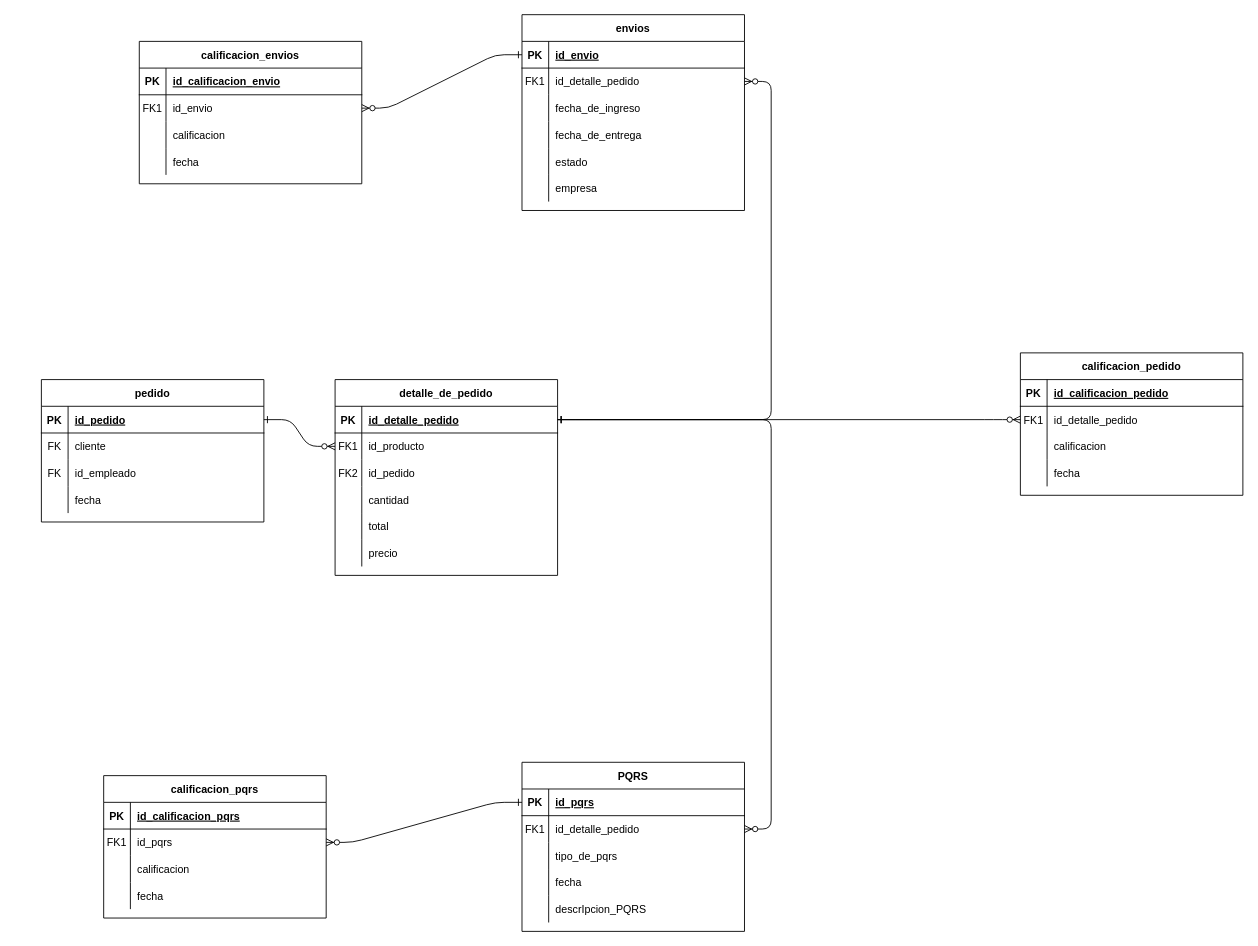
Earlier version of the draw.io diagram Diagrama sin título.drawio (hugog2707/modelo-relacional-arris-invation). Source tidied: cells renumbered, new cells numbered last; positions are measured from the earlier drawing's top-left corner, leaving out a move shared by most shapes. Both pictures are drawn from the tidied source at 89%, with x=0, y=0 at pixel (41, 14).
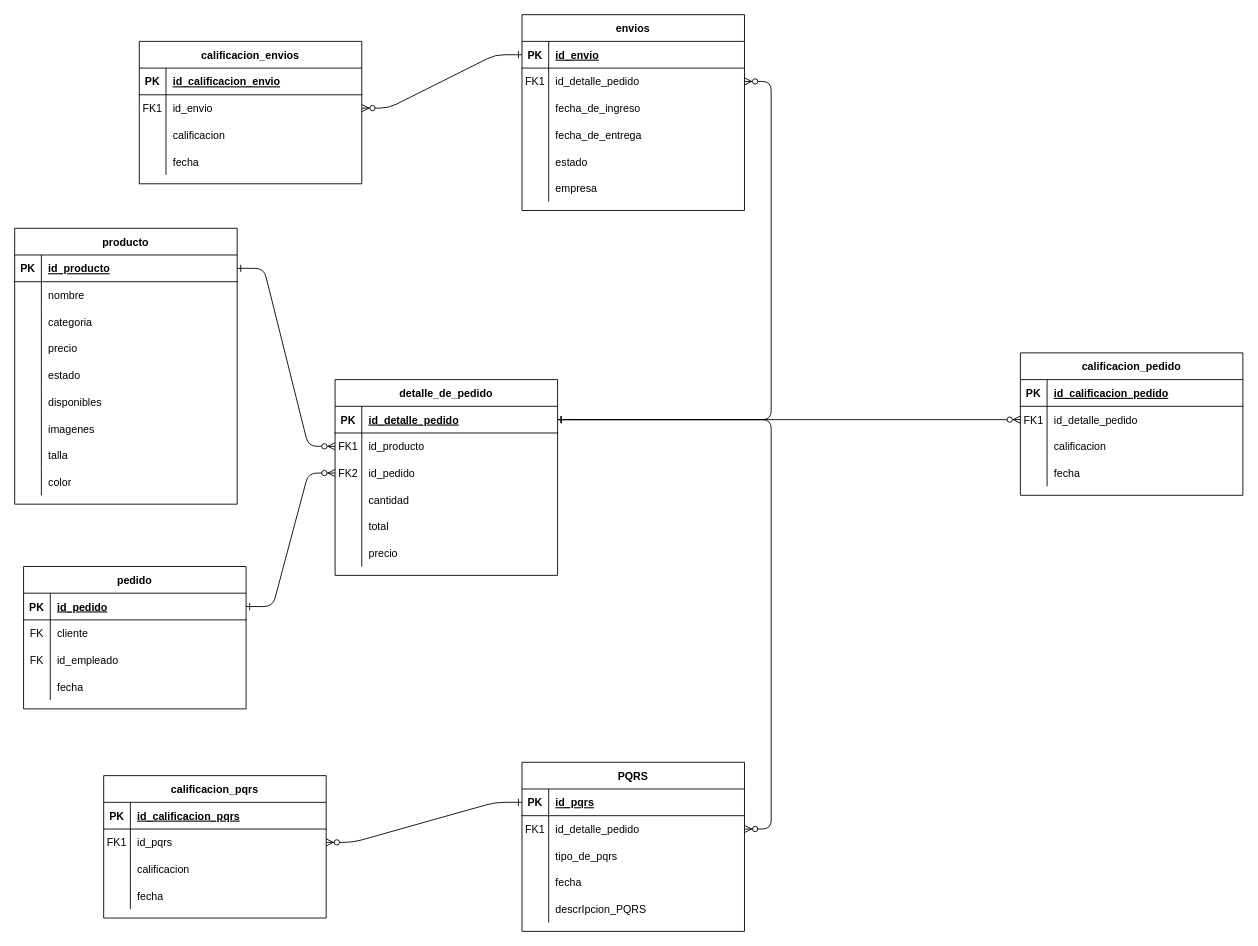
The same diagram, later.

Unchanged cells that the change refers to:
```xml
<mxCell id="8" style="shape=partialRectangle;fillColor=none;points=[[0,0.5],[1,0.5]];portConstraint=eastwest;top=0;left=0;right=0;bottom=0;" parent="4" vertex="1">
  <mxGeometry y="60" width="250" height="30" as="geometry" />
</mxCell>
<mxCell id="11" style="shape=partialRectangle;fillColor=none;points=[[0,0.5],[1,0.5]];portConstraint=eastwest;top=0;left=0;right=0;bottom=0;" parent="4" vertex="1">
  <mxGeometry y="90" width="250" height="30" as="geometry" />
</mxCell>
<mxCell id="40" style="shape=partialRectangle;fillColor=none;points=[[0,0.5],[1,0.5]];portConstraint=eastwest;top=0;left=0;right=0;bottom=1;" parent="39" vertex="1">
  <mxGeometry y="30" width="250" height="30" as="geometry" />
</mxCell>
```

The edit, as a diff of the source:
```diff
@@
-    <mxCell id="2" style="edgeStyle=entityRelationEdgeStyle;endArrow=ERzeroToMany;startArrow=ERone;endFill=1;startFill=0;" parent="1" edge="1" source="40" target="8">
+    <mxCell id="2" style="edgeStyle=entityRelationEdgeStyle;endArrow=ERzeroToMany;startArrow=ERone;endFill=1;startFill=0;" parent="1" edge="1" source="40" target="11">
       <mxGeometry relative="1" as="geometry" />
     </mxCell>
@@
     <mxCell id="39" value="pedido" style="shape=table;startSize=30;childLayout=tableLayout;rowLines=0;fontStyle=1;align=center;" parent="1" vertex="1">
-      <mxGeometry y="410" width="250" height="160" as="geometry" />
+      <mxGeometry x="-20" y="620" width="250" height="160" as="geometry" />
     </mxCell>
@@
+    <mxCell id="114" value="producto" style="shape=table;startSize=30;childLayout=tableLayout;rowLines=0;fontStyle=1;align=center;" parent="1" vertex="1">
+      <mxGeometry x="-30" y="240" width="250" height="310" as="geometry" />
+    </mxCell>
+    <mxCell id="115" style="shape=partialRectangle;fillColor=none;points=[[0,0.5],[1,0.5]];portConstraint=eastwest;top=0;left=0;right=0;bottom=1;" parent="114" vertex="1">
+      <mxGeometry y="30" width="250" height="30" as="geometry" />
+    </mxCell>
+    <mxCell id="116" value="PK" style="shape=partialRectangle;overflow=hidden;fillColor=none;top=0;left=0;bottom=0;right=0;fontStyle=1;" parent="115" vertex="1">
+      <mxGeometry width="30" height="30" as="geometry" />
+    </mxCell>
+    <mxCell id="117" value="id_producto" style="shape=partialRectangle;overflow=hidden;fillColor=none;top=0;left=0;bottom=0;right=0;align=left;spacingLeft=6;fontStyle=5;" parent="115" vertex="1">
+      <mxGeometry x="30" width="220" height="30" as="geometry" />
+    </mxCell>
+    <mxCell id="118" style="shape=partialRectangle;fillColor=none;top=0;left=0;right=0;bottom=0;" parent="114" vertex="1">
+      <mxGeometry y="60" width="250" height="30" as="geometry" />
+    </mxCell>
+    <mxCell id="119" style="shape=partialRectangle;overflow=hidden;fillColor=none;top=0;left=0;bottom=0;right=0;" parent="118" vertex="1">
+      <mxGeometry width="30" height="30" as="geometry" />
+    </mxCell>
+    <mxCell id="120" value="nombre" style="shape=partialRectangle;overflow=hidden;fillColor=none;top=0;left=0;bottom=0;right=0;align=left;spacingLeft=6;" parent="118" vertex="1">
+      <mxGeometry x="30" width="220" height="30" as="geometry" />
+    </mxCell>
+    <mxCell id="121" style="shape=partialRectangle;fillColor=none;top=0;left=0;right=0;bottom=0;" parent="114" vertex="1">
+      <mxGeometry y="90" width="250" height="30" as="geometry" />
+    </mxCell>
+    <mxCell id="122" style="shape=partialRectangle;overflow=hidden;fillColor=none;top=0;left=0;bottom=0;right=0;" parent="121" vertex="1">
+      <mxGeometry width="30" height="30" as="geometry" />
+    </mxCell>
+    <mxCell id="123" value="categoria" style="shape=partialRectangle;overflow=hidden;fillColor=none;top=0;left=0;bottom=0;right=0;align=left;spacingLeft=6;" parent="121" vertex="1">
+      <mxGeometry x="30" width="220" height="30" as="geometry" />
+    </mxCell>
+    <mxCell id="124" style="shape=partialRectangle;fillColor=none;top=0;left=0;right=0;bottom=0;" parent="114" vertex="1">
+      <mxGeometry y="120" width="250" height="30" as="geometry" />
+    </mxCell>
+    <mxCell id="125" style="shape=partialRectangle;overflow=hidden;fillColor=none;top=0;left=0;bottom=0;right=0;" parent="124" vertex="1">
+      <mxGeometry width="30" height="30" as="geometry" />
+    </mxCell>
+    <mxCell id="126" value="precio" style="shape=partialRectangle;overflow=hidden;fillColor=none;top=0;left=0;bottom=0;right=0;align=left;spacingLeft=6;" parent="124" vertex="1">
+      <mxGeometry x="30" width="220" height="30" as="geometry" />
+    </mxCell>
+    <mxCell id="127" style="shape=partialRectangle;fillColor=none;top=0;left=0;right=0;bottom=0;" parent="114" vertex="1">
+      <mxGeometry y="150" width="250" height="30" as="geometry" />
+    </mxCell>
+    <mxCell id="128" style="shape=partialRectangle;overflow=hidden;fillColor=none;top=0;left=0;bottom=0;right=0;" parent="127" vertex="1">
+      <mxGeometry width="30" height="30" as="geometry" />
+    </mxCell>
+    <mxCell id="129" value="estado" style="shape=partialRectangle;overflow=hidden;fillColor=none;top=0;left=0;bottom=0;right=0;align=left;spacingLeft=6;" parent="127" vertex="1">
+      <mxGeometry x="30" width="220" height="30" as="geometry" />
+    </mxCell>
+    <mxCell id="130" style="shape=partialRectangle;fillColor=none;top=0;left=0;right=0;bottom=0;" parent="114" vertex="1">
+      <mxGeometry y="180" width="250" height="30" as="geometry" />
+    </mxCell>
+    <mxCell id="131" style="shape=partialRectangle;overflow=hidden;fillColor=none;top=0;left=0;bottom=0;right=0;" parent="130" vertex="1">
+      <mxGeometry width="30" height="30" as="geometry" />
+    </mxCell>
+    <mxCell id="132" value="disponibles" style="shape=partialRectangle;overflow=hidden;fillColor=none;top=0;left=0;bottom=0;right=0;align=left;spacingLeft=6;" parent="130" vertex="1">
+      <mxGeometry x="30" width="220" height="30" as="geometry" />
+    </mxCell>
+    <mxCell id="133" style="shape=partialRectangle;fillColor=none;top=0;left=0;right=0;bottom=0;" parent="114" vertex="1">
+      <mxGeometry y="210" width="250" height="30" as="geometry" />
+    </mxCell>
+    <mxCell id="134" style="shape=partialRectangle;overflow=hidden;fillColor=none;top=0;left=0;bottom=0;right=0;" parent="133" vertex="1">
+      <mxGeometry width="30" height="30" as="geometry" />
+    </mxCell>
+    <mxCell id="135" value="imagenes" style="shape=partialRectangle;overflow=hidden;fillColor=none;top=0;left=0;bottom=0;right=0;align=left;spacingLeft=6;" parent="133" vertex="1">
+      <mxGeometry x="30" width="220" height="30" as="geometry" />
+    </mxCell>
+    <mxCell id="136" style="shape=partialRectangle;fillColor=none;top=0;left=0;right=0;bottom=0;" parent="114" vertex="1">
+      <mxGeometry y="240" width="250" height="30" as="geometry" />
+    </mxCell>
+    <mxCell id="137" style="shape=partialRectangle;overflow=hidden;fillColor=none;top=0;left=0;bottom=0;right=0;" parent="136" vertex="1">
+      <mxGeometry width="30" height="30" as="geometry" />
+    </mxCell>
+    <mxCell id="138" value="talla" style="shape=partialRectangle;overflow=hidden;fillColor=none;top=0;left=0;bottom=0;right=0;align=left;spacingLeft=6;" parent="136" vertex="1">
+      <mxGeometry x="30" width="220" height="30" as="geometry" />
+    </mxCell>
+    <mxCell id="139" style="shape=partialRectangle;fillColor=none;top=0;left=0;right=0;bottom=0;" parent="114" vertex="1">
+      <mxGeometry y="270" width="250" height="30" as="geometry" />
+    </mxCell>
+    <mxCell id="140" style="shape=partialRectangle;overflow=hidden;fillColor=none;top=0;left=0;bottom=0;right=0;" parent="139" vertex="1">
+      <mxGeometry width="30" height="30" as="geometry" />
+    </mxCell>
+    <mxCell id="141" value="color" style="shape=partialRectangle;overflow=hidden;fillColor=none;top=0;left=0;bottom=0;right=0;align=left;spacingLeft=6;" parent="139" vertex="1">
+      <mxGeometry x="30" width="220" height="30" as="geometry" />
+    </mxCell>
+    <mxCell id="142" style="edgeStyle=entityRelationEdgeStyle;endArrow=ERzeroToMany;startArrow=ERone;endFill=1;startFill=0;" parent="1" edge="1" source="115" target="8">
+      <mxGeometry relative="1" as="geometry" />
+    </mxCell>
```
